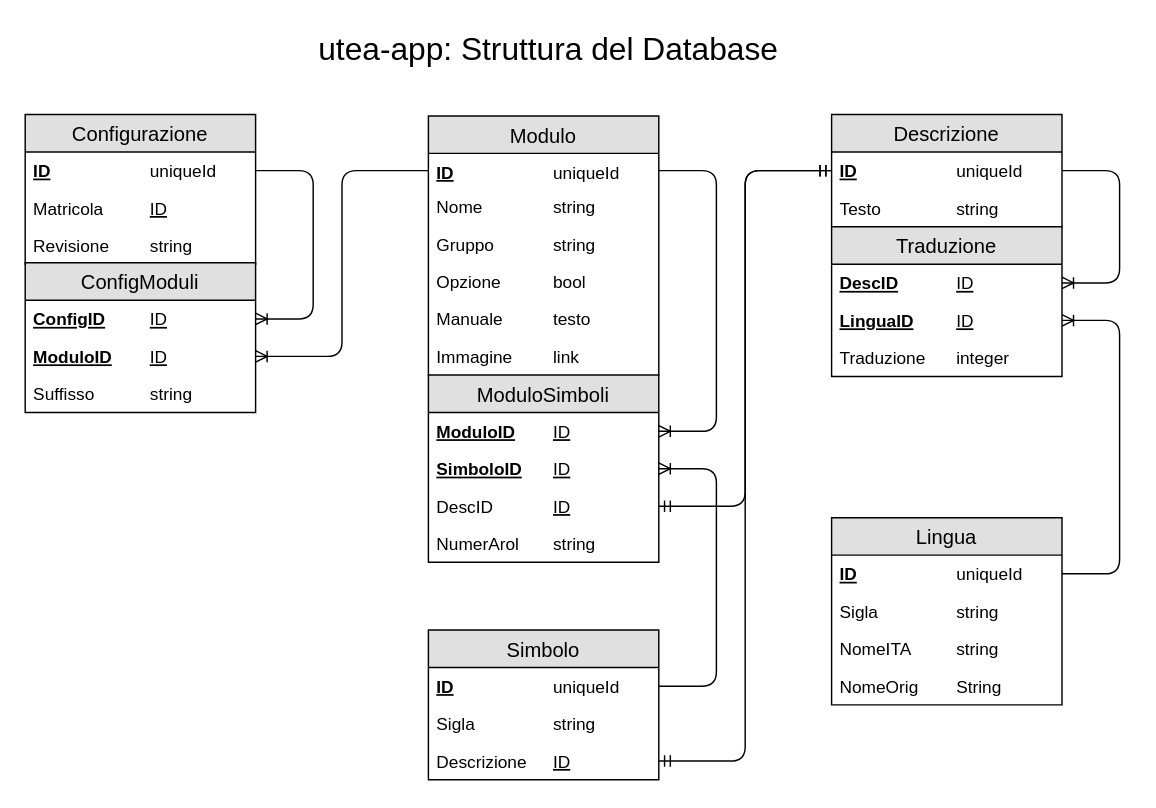
The draw.io diagram docs/database.drawio.xml in arol-varesi/utea-app, before the edit. Source tidied: cells renumbered, new cells numbered last; positions are measured from the earlier drawing's top-left corner, leaving out a move shared by most shapes. Both pictures are drawn from the tidied source at 144%, with x=0, y=0 at pixel (-120, 24).
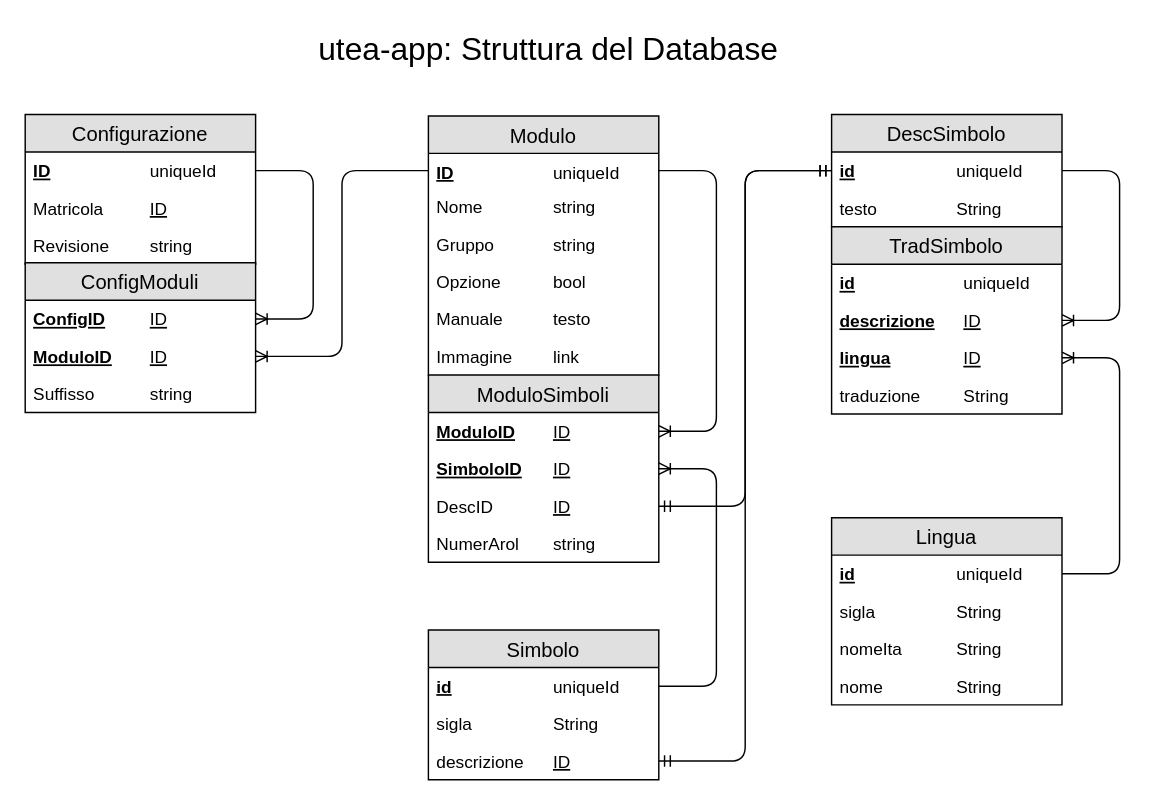
Above is the later version.

The change refers to these unchanged cells:
```xml
<mxCell id="2" value="Simbolo" style="swimlane;fontStyle=0;horizontal=1;startSize=26;fillColor=#e0e0e0;swimlaneFillColor=#ffffff;align=center;fontSize=14;labelBackgroundColor=none;" parent="1" vertex="1">
  <mxGeometry x="380" y="420" width="160" height="104" as="geometry" />
</mxCell>
<mxCell id="3" value="uniqueId" style="shape=partialRectangle;top=0;left=0;right=0;bottom=0;fillColor=none;align=left;verticalAlign=top;fillColor=none;spacingLeft=85;spacingRight=4;overflow=hidden;points=[[0,0.5],[1,0.5]];portConstraint=eastwest;fontSize=12;labelBackgroundColor=none;" parent="2" vertex="1">
  <mxGeometry y="26" width="160" height="26" as="geometry" />
</mxCell>
<mxCell id="7" value="ID" style="shape=partialRectangle;top=0;left=0;right=0;bottom=0;fillColor=none;align=left;verticalAlign=top;fillColor=none;spacingLeft=85;spacingRight=4;overflow=hidden;points=[[0,0.5],[1,0.5]];portConstraint=eastwest;fontSize=12;labelBackgroundColor=none;fontStyle=4;" parent="2" vertex="1">
  <mxGeometry y="78" width="160" height="26" as="geometry" />
</mxCell>
<mxCell id="49" value="Lingua" style="swimlane;fontStyle=0;horizontal=1;startSize=26;fillColor=#e0e0e0;swimlaneFillColor=#ffffff;align=center;fontSize=14;labelBackgroundColor=none;" parent="1" vertex="1">
  <mxGeometry x="660" y="342" width="160" height="130" as="geometry" />
</mxCell>
<mxCell id="50" value="uniqueId" style="shape=partialRectangle;top=0;left=0;right=0;bottom=0;fillColor=none;align=left;verticalAlign=top;fillColor=none;spacingLeft=85;spacingRight=4;overflow=hidden;points=[[0,0.5],[1,0.5]];portConstraint=eastwest;fontSize=12;labelBackgroundColor=none;" parent="49" vertex="1">
  <mxGeometry y="26" width="160" height="26" as="geometry" />
</mxCell>
<mxCell id="56" value="String" style="shape=partialRectangle;top=0;left=0;right=0;bottom=0;fillColor=none;align=left;verticalAlign=top;fillColor=none;spacingLeft=85;spacingRight=4;overflow=hidden;fontSize=12;labelBackgroundColor=none;" parent="49" vertex="1">
  <mxGeometry y="104" width="160" height="26" as="geometry" />
</mxCell>
<mxCell id="59" value="uniqueId" style="shape=partialRectangle;top=0;left=0;right=0;bottom=0;fillColor=none;align=left;verticalAlign=top;fillColor=none;spacingLeft=85;spacingRight=4;overflow=hidden;points=[[0,0.5],[1,0.5]];portConstraint=eastwest;fontSize=12;labelBackgroundColor=none;" parent="58" vertex="1">
  <mxGeometry y="26" width="160" height="26" as="geometry" />
</mxCell>
```

Change to the diagram source:
```diff
@@
-    <mxCell id="4" value="ID" style="shape=partialRectangle;top=0;left=0;bottom=0;right=0;fillColor=none;align=left;verticalAlign=top;spacingLeft=4;spacingRight=4;overflow=hidden;fontSize=12;fontStyle=5;" parent="3" vertex="1">
+    <mxCell id="4" value="id" style="shape=partialRectangle;top=0;left=0;bottom=0;right=0;fillColor=none;align=left;verticalAlign=top;spacingLeft=4;spacingRight=4;overflow=hidden;fontSize=12;fontStyle=5;" parent="3" vertex="1">
       <mxGeometry width="80" height="26" as="geometry" />
     </mxCell>
-    <mxCell id="5" value="string" style="shape=partialRectangle;top=0;left=0;right=0;bottom=0;fillColor=none;align=left;verticalAlign=top;fillColor=none;spacingLeft=85;spacingRight=4;overflow=hidden;fontSize=12;labelBackgroundColor=none;" parent="2" vertex="1">
+    <mxCell id="5" value="String" style="shape=partialRectangle;top=0;left=0;right=0;bottom=0;fillColor=none;align=left;verticalAlign=top;fillColor=none;spacingLeft=85;spacingRight=4;overflow=hidden;fontSize=12;labelBackgroundColor=none;" parent="2" vertex="1">
       <mxGeometry y="52" width="160" height="26" as="geometry" />
     </mxCell>
-    <mxCell id="6" value="Sigla" style="shape=partialRectangle;top=0;left=0;bottom=0;right=0;fillColor=none;align=left;verticalAlign=top;spacingLeft=4;spacingRight=4;overflow=hidden;fontSize=12;fontStyle=0;" parent="5" vertex="1">
+    <mxCell id="6" value="sigla" style="shape=partialRectangle;top=0;left=0;bottom=0;right=0;fillColor=none;align=left;verticalAlign=top;spacingLeft=4;spacingRight=4;overflow=hidden;fontSize=12;fontStyle=0;" parent="5" vertex="1">
       <mxGeometry width="80" height="26" as="geometry" />
     </mxCell>
@@
-    <mxCell id="8" value="Descrizione" style="shape=partialRectangle;top=0;left=0;bottom=0;right=0;fillColor=none;align=left;verticalAlign=top;spacingLeft=4;spacingRight=4;overflow=hidden;fontSize=12;fontStyle=0;" parent="7" vertex="1">
+    <mxCell id="8" value="descrizione" style="shape=partialRectangle;top=0;left=0;bottom=0;right=0;fillColor=none;align=left;verticalAlign=top;spacingLeft=4;spacingRight=4;overflow=hidden;fontSize=12;fontStyle=0;" parent="7" vertex="1">
       <mxGeometry width="80" height="26" as="geometry" />
     </mxCell>
@@
-    <mxCell id="51" value="ID" style="shape=partialRectangle;top=0;left=0;bottom=0;right=0;fillColor=none;align=left;verticalAlign=top;spacingLeft=4;spacingRight=4;overflow=hidden;fontSize=12;fontStyle=5;" parent="50" vertex="1">
+    <mxCell id="51" value="id" style="shape=partialRectangle;top=0;left=0;bottom=0;right=0;fillColor=none;align=left;verticalAlign=top;spacingLeft=4;spacingRight=4;overflow=hidden;fontSize=12;fontStyle=5;" parent="50" vertex="1">
       <mxGeometry width="80" height="26" as="geometry" />
     </mxCell>
-    <mxCell id="52" value="string" style="shape=partialRectangle;top=0;left=0;right=0;bottom=0;fillColor=none;align=left;verticalAlign=top;fillColor=none;spacingLeft=85;spacingRight=4;overflow=hidden;fontSize=12;labelBackgroundColor=none;" parent="49" vertex="1">
+    <mxCell id="52" value="String" style="shape=partialRectangle;top=0;left=0;right=0;bottom=0;fillColor=none;align=left;verticalAlign=top;fillColor=none;spacingLeft=85;spacingRight=4;overflow=hidden;fontSize=12;labelBackgroundColor=none;" parent="49" vertex="1">
       <mxGeometry y="52" width="160" height="26" as="geometry" />
     </mxCell>
-    <mxCell id="53" value="Sigla" style="shape=partialRectangle;top=0;left=0;bottom=0;right=0;fillColor=none;align=left;verticalAlign=top;spacingLeft=4;spacingRight=4;overflow=hidden;fontSize=12;fontStyle=0;" parent="52" vertex="1">
+    <mxCell id="53" value="sigla" style="shape=partialRectangle;top=0;left=0;bottom=0;right=0;fillColor=none;align=left;verticalAlign=top;spacingLeft=4;spacingRight=4;overflow=hidden;fontSize=12;fontStyle=0;" parent="52" vertex="1">
       <mxGeometry width="80" height="26" as="geometry" />
     </mxCell>
-    <mxCell id="54" value="string" style="shape=partialRectangle;top=0;left=0;right=0;bottom=0;fillColor=none;align=left;verticalAlign=top;fillColor=none;spacingLeft=85;spacingRight=4;overflow=hidden;fontSize=12;labelBackgroundColor=none;" parent="49" vertex="1">
+    <mxCell id="54" value="String" style="shape=partialRectangle;top=0;left=0;right=0;bottom=0;fillColor=none;align=left;verticalAlign=top;fillColor=none;spacingLeft=85;spacingRight=4;overflow=hidden;fontSize=12;labelBackgroundColor=none;" parent="49" vertex="1">
       <mxGeometry y="78" width="160" height="26" as="geometry" />
     </mxCell>
-    <mxCell id="55" value="NomeITA" style="shape=partialRectangle;top=0;left=0;bottom=0;right=0;fillColor=none;align=left;verticalAlign=top;spacingLeft=4;spacingRight=4;overflow=hidden;fontSize=12;fontStyle=0;" parent="54" vertex="1">
+    <mxCell id="55" value="nomeIta" style="shape=partialRectangle;top=0;left=0;bottom=0;right=0;fillColor=none;align=left;verticalAlign=top;spacingLeft=4;spacingRight=4;overflow=hidden;fontSize=12;fontStyle=0;" parent="54" vertex="1">
       <mxGeometry width="80" height="26" as="geometry" />
     </mxCell>
@@
-    <mxCell id="57" value="NomeOrig" style="shape=partialRectangle;top=0;left=0;bottom=0;right=0;fillColor=none;align=left;verticalAlign=top;spacingLeft=4;spacingRight=4;overflow=hidden;fontSize=12;fontStyle=0;" parent="56" vertex="1">
+    <mxCell id="57" value="nome" style="shape=partialRectangle;top=0;left=0;bottom=0;right=0;fillColor=none;align=left;verticalAlign=top;spacingLeft=4;spacingRight=4;overflow=hidden;fontSize=12;fontStyle=0;" parent="56" vertex="1">
       <mxGeometry width="80" height="26" as="geometry" />
     </mxCell>
-    <mxCell id="58" value="Descrizione" style="swimlane;fontStyle=0;horizontal=1;startSize=26;fillColor=#e0e0e0;swimlaneFillColor=#ffffff;align=center;fontSize=14;labelBackgroundColor=none;" parent="1" vertex="1">
+    <mxCell id="58" value="DescSimbolo" style="swimlane;fontStyle=0;horizontal=1;startSize=26;fillColor=#e0e0e0;swimlaneFillColor=#ffffff;align=center;fontSize=14;labelBackgroundColor=none;" parent="1" vertex="1">
       <mxGeometry x="660" y="62" width="160" height="78" as="geometry" />
     </mxCell>
@@
-    <mxCell id="60" value="ID" style="shape=partialRectangle;top=0;left=0;bottom=0;right=0;fillColor=none;align=left;verticalAlign=top;spacingLeft=4;spacingRight=4;overflow=hidden;fontSize=12;fontStyle=5;" parent="59" vertex="1">
+    <mxCell id="60" value="id" style="shape=partialRectangle;top=0;left=0;bottom=0;right=0;fillColor=none;align=left;verticalAlign=top;spacingLeft=4;spacingRight=4;overflow=hidden;fontSize=12;fontStyle=5;" parent="59" vertex="1">
       <mxGeometry width="80" height="26" as="geometry" />
     </mxCell>
-    <mxCell id="61" value="string" style="shape=partialRectangle;top=0;left=0;right=0;bottom=0;fillColor=none;align=left;verticalAlign=top;fillColor=none;spacingLeft=85;spacingRight=4;overflow=hidden;fontSize=12;labelBackgroundColor=none;" parent="58" vertex="1">
+    <mxCell id="61" value="String" style="shape=partialRectangle;top=0;left=0;right=0;bottom=0;fillColor=none;align=left;verticalAlign=top;fillColor=none;spacingLeft=85;spacingRight=4;overflow=hidden;fontSize=12;labelBackgroundColor=none;" parent="58" vertex="1">
       <mxGeometry y="52" width="160" height="26" as="geometry" />
     </mxCell>
-    <mxCell id="62" value="Testo" style="shape=partialRectangle;top=0;left=0;bottom=0;right=0;fillColor=none;align=left;verticalAlign=top;spacingLeft=4;spacingRight=4;overflow=hidden;fontSize=12;fontStyle=0;" parent="61" vertex="1">
+    <mxCell id="62" value="testo" style="shape=partialRectangle;top=0;left=0;bottom=0;right=0;fillColor=none;align=left;verticalAlign=top;spacingLeft=4;spacingRight=4;overflow=hidden;fontSize=12;fontStyle=0;" parent="61" vertex="1">
       <mxGeometry width="80" height="26" as="geometry" />
     </mxCell>
-    <mxCell id="63" style="edgeStyle=elbowEdgeStyle;fontSize=12;html=1;endArrow=ERoneToMany;exitX=1;exitY=0.5;exitDx=0;exitDy=0;entryX=1;entryY=0.5;entryDx=0;entryDy=0;" parent="1" edge="1" source="50" target="67">
+    <mxCell id="63" style="edgeStyle=elbowEdgeStyle;fontSize=12;html=1;endArrow=ERoneToMany;exitX=1;exitY=0.5;exitDx=0;exitDy=0;entryX=1;entryY=0.5;entryDx=0;entryDy=0;" parent="1" edge="1" source="50" target="77">
       <mxGeometry relative="1" as="geometry">
         <Array as="points">
           <mxPoint x="860" y="142" />
         </Array>
       </mxGeometry>
     </mxCell>
-    <mxCell id="64" value="Traduzione" style="swimlane;fontStyle=0;horizontal=1;startSize=26;fillColor=#e0e0e0;swimlaneFillColor=#ffffff;align=center;fontSize=14;labelBackgroundColor=none;" parent="1" vertex="1">
-      <mxGeometry x="660" y="140" width="160" height="104" as="geometry" />
+    <mxCell id="64" value="TradSimbolo" style="swimlane;fontStyle=0;horizontal=1;startSize=26;fillColor=#e0e0e0;swimlaneFillColor=#ffffff;align=center;fontSize=14;labelBackgroundColor=none;" parent="1" vertex="1">
+      <mxGeometry x="660" y="140" width="160" height="130" as="geometry" />
     </mxCell>
-    <mxCell id="65" value="ID" style="shape=partialRectangle;top=0;left=0;right=0;bottom=0;fillColor=none;align=left;verticalAlign=top;fillColor=none;spacingLeft=85;spacingRight=4;overflow=hidden;points=[[0,0.5],[1,0.5]];portConstraint=eastwest;fontSize=12;labelBackgroundColor=none;fontStyle=4;" parent="64" vertex="1">
+    <mxCell id="65" value="uniqueId" style="shape=partialRectangle;top=0;left=0;right=0;bottom=0;fillColor=none;align=left;verticalAlign=top;fillColor=none;spacingLeft=90;spacingRight=4;overflow=hidden;points=[[0,0.5],[1,0.5]];portConstraint=eastwest;fontSize=12;labelBackgroundColor=none;fontStyle=0;" parent="64" vertex="1">
       <mxGeometry y="26" width="160" height="26" as="geometry" />
     </mxCell>
-    <mxCell id="66" value="DescID" style="shape=partialRectangle;top=0;left=0;bottom=0;right=0;fillColor=none;align=left;verticalAlign=top;spacingLeft=4;spacingRight=4;overflow=hidden;fontSize=12;fontStyle=5;" parent="65" vertex="1">
-      <mxGeometry width="80" height="26" as="geometry" />
+    <mxCell id="66" value="id" style="shape=partialRectangle;top=0;left=0;bottom=0;right=0;fillColor=none;align=left;verticalAlign=top;spacingLeft=4;spacingRight=4;overflow=hidden;fontSize=12;fontStyle=5;" parent="65" vertex="1">
+      <mxGeometry width="89" height="26" as="geometry" />
     </mxCell>
-    <mxCell id="67" value="ID" style="shape=partialRectangle;top=0;left=0;right=0;bottom=0;fillColor=none;align=left;verticalAlign=top;fillColor=none;spacingLeft=85;spacingRight=4;overflow=hidden;points=[[0,0.5],[1,0.5]];portConstraint=eastwest;fontSize=12;labelBackgroundColor=none;fontStyle=4;" parent="64" vertex="1">
-      <mxGeometry y="52" width="160" height="26" as="geometry" />
-    </mxCell>
-    <mxCell id="68" value="LinguaID" style="shape=partialRectangle;top=0;left=0;bottom=0;right=0;fillColor=none;align=left;verticalAlign=top;spacingLeft=4;spacingRight=4;overflow=hidden;fontSize=12;fontStyle=5;" parent="67" vertex="1">
-      <mxGeometry width="80" height="26" as="geometry" />
-    </mxCell>
-    <mxCell id="69" value="integer" style="shape=partialRectangle;top=0;left=0;right=0;bottom=0;fillColor=none;align=left;verticalAlign=top;fillColor=none;spacingLeft=85;spacingRight=4;overflow=hidden;fontSize=12;labelBackgroundColor=none;" parent="64" vertex="1">
-      <mxGeometry y="78" width="160" height="26" as="geometry" />
-    </mxCell>
-    <mxCell id="70" value="Traduzione" style="shape=partialRectangle;top=0;left=0;bottom=0;right=0;fillColor=none;align=left;verticalAlign=top;spacingLeft=4;spacingRight=4;overflow=hidden;fontSize=12;fontStyle=0;" parent="69" vertex="1">
-      <mxGeometry width="80" height="26" as="geometry" />
-    </mxCell>
+    <mxCell id="75" value="ID" style="shape=partialRectangle;top=0;left=0;right=0;bottom=0;fillColor=none;align=left;verticalAlign=top;fillColor=none;spacingLeft=90;spacingRight=4;overflow=hidden;points=[[0,0.5],[1,0.5]];portConstraint=eastwest;fontSize=12;labelBackgroundColor=none;fontStyle=4;" parent="64" vertex="1">
+      <mxGeometry y="52" width="160" height="26" as="geometry" />
+    </mxCell>
+    <mxCell id="76" value="descrizione" style="shape=partialRectangle;top=0;left=0;bottom=0;right=0;fillColor=none;align=left;verticalAlign=top;spacingLeft=4;spacingRight=4;overflow=hidden;fontSize=12;fontStyle=5;" parent="75" vertex="1">
+      <mxGeometry width="89" height="26" as="geometry" />
+    </mxCell>
+    <mxCell id="77" value="ID" style="shape=partialRectangle;top=0;left=0;right=0;bottom=0;fillColor=none;align=left;verticalAlign=top;fillColor=none;spacingLeft=90;spacingRight=4;overflow=hidden;points=[[0,0.5],[1,0.5]];portConstraint=eastwest;fontSize=12;labelBackgroundColor=none;fontStyle=4;" parent="64" vertex="1">
+      <mxGeometry y="78" width="160" height="26" as="geometry" />
+    </mxCell>
+    <mxCell id="78" value="lingua&#10;" style="shape=partialRectangle;top=0;left=0;bottom=0;right=0;fillColor=none;align=left;verticalAlign=top;spacingLeft=4;spacingRight=4;overflow=hidden;fontSize=12;fontStyle=5;" parent="77" vertex="1">
+      <mxGeometry width="80" height="26" as="geometry" />
+    </mxCell>
+    <mxCell id="79" value="String&#10;" style="shape=partialRectangle;top=0;left=0;right=0;bottom=0;fillColor=none;align=left;verticalAlign=top;fillColor=none;spacingLeft=90;spacingRight=4;overflow=hidden;fontSize=12;labelBackgroundColor=none;" parent="64" vertex="1">
+      <mxGeometry y="104" width="160" height="26" as="geometry" />
+    </mxCell>
+    <mxCell id="80" value="traduzione" style="shape=partialRectangle;top=0;left=0;bottom=0;right=0;fillColor=none;align=left;verticalAlign=top;spacingLeft=4;spacingRight=4;overflow=hidden;fontSize=12;fontStyle=0;" parent="79" vertex="1">
+      <mxGeometry width="80" height="26" as="geometry" />
+    </mxCell>
-    <mxCell id="71" style="edgeStyle=elbowEdgeStyle;fontSize=12;html=1;endArrow=ERoneToMany;exitX=1;exitY=0.5;exitDx=0;exitDy=0;entryX=1;entryY=0.5;entryDx=0;entryDy=0;" parent="1" edge="1" source="59" target="65">
+    <mxCell id="71" style="edgeStyle=elbowEdgeStyle;fontSize=12;html=1;endArrow=ERoneToMany;exitX=1;exitY=0.5;exitDx=0;exitDy=0;entryX=1;entryY=0.5;entryDx=0;entryDy=0;" parent="1" edge="1" source="59" target="75">
       <mxGeometry relative="1" as="geometry">
         <Array as="points">
           <mxPoint x="860" y="142" />
         </Array>
       </mxGeometry>
     </mxCell>
```
